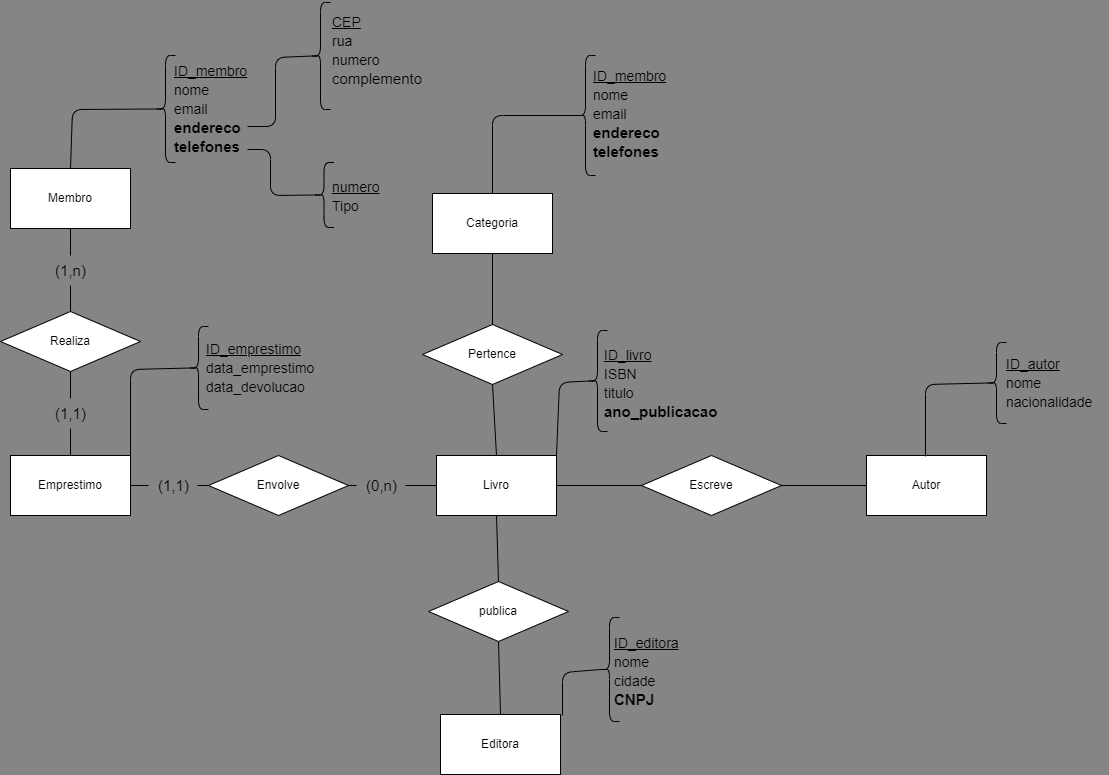
Earlier version of the draw.io export DER/image/modelo_entidade_relacionamento.png (AndreiVidal/projeto-banco-de-dados). Source tidied: cells renumbered, new cells last; positions are measured from the earlier drawing's top-left corner, leaving out a move shared by most shapes.
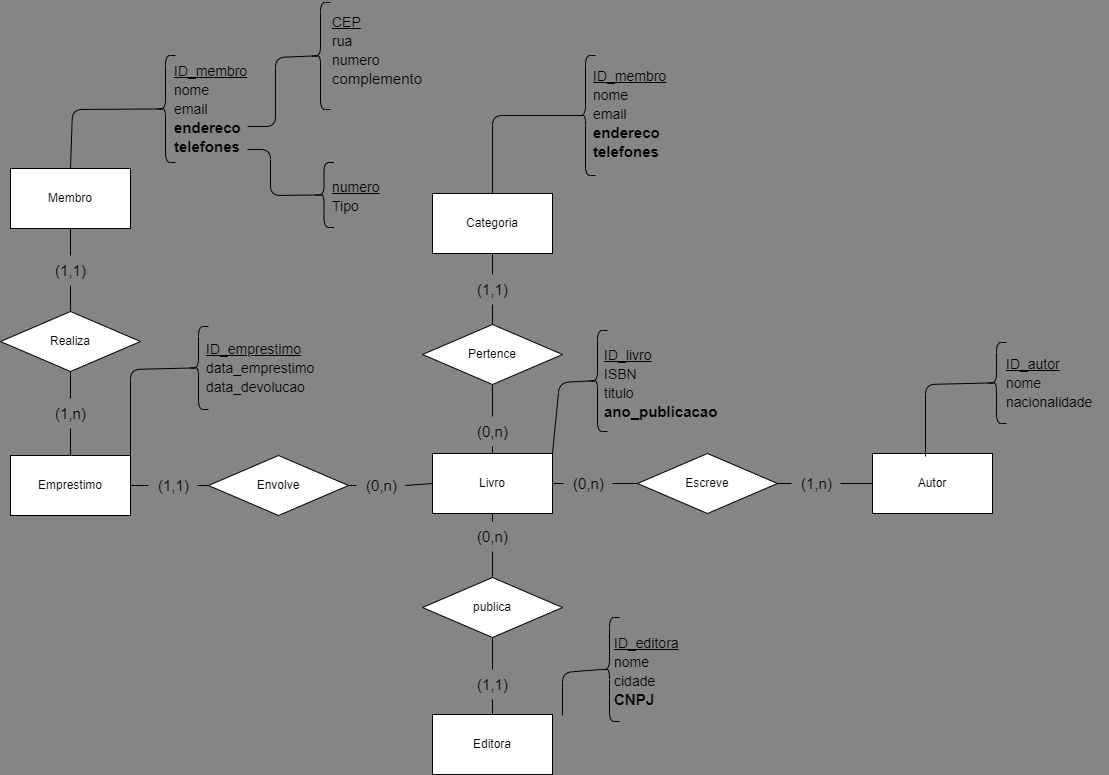
Later version of the same file.

Commit message:
:recycle: refactor: finish image DER

The edit, as a diff of the source:
```diff
@@ -3,10 +3,10 @@
     <mxCell id="0" />
     <mxCell id="1" parent="0" />
     <mxCell id="2" value="Livro" style="rounded=0;whiteSpace=wrap;html=1;" parent="1" vertex="1">
-      <mxGeometry x="436" y="455" width="120" height="60" as="geometry" />
+      <mxGeometry x="432" y="453" width="120" height="60" as="geometry" />
     </mxCell>
     <mxCell id="3" value="Autor" style="rounded=0;whiteSpace=wrap;html=1;" parent="1" vertex="1">
-      <mxGeometry x="866" y="455" width="120" height="60" as="geometry" />
+      <mxGeometry x="872" y="453" width="120" height="60" as="geometry" />
     </mxCell>
     <mxCell id="4" value="Emprestimo" style="rounded=0;whiteSpace=wrap;html=1;" parent="1" vertex="1">
       <mxGeometry x="10" y="455" width="120" height="60" as="geometry" />
@@ -18,24 +18,24 @@
       <mxGeometry x="432" y="193" width="120" height="60" as="geometry" />
     </mxCell>
     <mxCell id="7" value="Editora" style="rounded=0;whiteSpace=wrap;html=1;" parent="1" vertex="1">
-      <mxGeometry x="440" y="714" width="120" height="60" as="geometry" />
+      <mxGeometry x="432" y="714" width="120" height="60" as="geometry" />
     </mxCell>
     <mxCell id="8" value="Escreve" style="rhombus;whiteSpace=wrap;html=1;" parent="1" vertex="1">
-      <mxGeometry x="641" y="455" width="140" height="60" as="geometry" />
+      <mxGeometry x="637" y="453" width="140" height="60" as="geometry" />
     </mxCell>
-    <mxCell id="9" style="endArrow=none;html=1;exitX=1;exitY=0.5;exitDx=0;exitDy=0;entryX=0;entryY=0.5;entryDx=0;entryDy=0;" parent="1" edge="1" source="2" target="8">
+    <mxCell id="9" style="endArrow=none;html=1;exitX=1;exitY=0.5;exitDx=0;exitDy=0;entryX=0;entryY=0.5;entryDx=0;entryDy=0;startArrow=none;" parent="1" edge="1" source="56" target="8">
       <mxGeometry relative="1" as="geometry" />
     </mxCell>
-    <mxCell id="10" style="endArrow=none;html=1;exitX=1;exitY=0.5;exitDx=0;exitDy=0;entryX=0;entryY=0.5;entryDx=0;entryDy=0;" parent="1" edge="1" source="8" target="3">
+    <mxCell id="10" style="endArrow=none;html=1;exitX=1;exitY=0.5;exitDx=0;exitDy=0;entryX=0;entryY=0.5;entryDx=0;entryDy=0;startArrow=none;" parent="1" edge="1" source="58" target="3">
       <mxGeometry relative="1" as="geometry" />
     </mxCell>
     <mxCell id="11" value="publica" style="rhombus;whiteSpace=wrap;html=1;rotation=0;" parent="1" vertex="1">
-      <mxGeometry x="428" y="581" width="140" height="60" as="geometry" />
+      <mxGeometry x="422" y="577" width="140" height="60" as="geometry" />
     </mxCell>
-    <mxCell id="12" style="endArrow=none;html=1;exitX=0.5;exitY=1;exitDx=0;exitDy=0;entryX=0.5;entryY=0;entryDx=0;entryDy=0;" parent="1" edge="1" source="2" target="11">
+    <mxCell id="12" style="endArrow=none;html=1;exitX=0.5;exitY=1;exitDx=0;exitDy=0;entryX=0.5;entryY=0;entryDx=0;entryDy=0;startArrow=none;" parent="1" edge="1" source="62" target="11">
       <mxGeometry relative="1" as="geometry" />
     </mxCell>
-    <mxCell id="13" style="endArrow=none;html=1;entryX=0.5;entryY=1;entryDx=0;entryDy=0;exitX=0.5;exitY=0;exitDx=0;exitDy=0;" parent="1" edge="1" source="7" target="11">
+    <mxCell id="13" style="endArrow=none;html=1;entryX=0.5;entryY=1;entryDx=0;entryDy=0;exitX=0.5;exitY=0;exitDx=0;exitDy=0;startArrow=none;" parent="1" edge="1" source="60" target="11">
       <mxGeometry relative="1" as="geometry" />
     </mxCell>
     <mxCell id="14" value="Envolve" style="rhombus;whiteSpace=wrap;html=1;" parent="1" vertex="1">
@@ -52,10 +52,10 @@
     <mxCell id="17" style="endArrow=none;html=1;exitX=0;exitY=0.5;exitDx=0;exitDy=0;entryX=1;entryY=0.5;entryDx=0;entryDy=0;startArrow=none;" parent="1" edge="1" source="40" target="14">
       <mxGeometry relative="1" as="geometry" />
     </mxCell>
-    <mxCell id="18" style="endArrow=none;html=1;exitX=0.5;exitY=0;exitDx=0;exitDy=0;entryX=0.5;entryY=1;entryDx=0;entryDy=0;" parent="1" edge="1" source="2" target="16">
+    <mxCell id="18" style="endArrow=none;html=1;exitX=0.5;exitY=0;exitDx=0;exitDy=0;entryX=0.5;entryY=1;entryDx=0;entryDy=0;startArrow=none;" parent="1" edge="1" source="66" target="16">
       <mxGeometry relative="1" as="geometry" />
     </mxCell>
-    <mxCell id="19" style="endArrow=none;html=1;exitX=0.5;exitY=0;exitDx=0;exitDy=0;entryX=0.5;entryY=1;entryDx=0;entryDy=0;" parent="1" edge="1" source="16" target="6">
+    <mxCell id="19" style="endArrow=none;html=1;exitX=0.5;exitY=0;exitDx=0;exitDy=0;entryX=0.5;entryY=1;entryDx=0;entryDy=0;startArrow=none;" parent="1" edge="1" source="64" target="6">
       <mxGeometry relative="1" as="geometry" />
     </mxCell>
     <mxCell id="20" value="Realiza" style="rhombus;whiteSpace=wrap;html=1;" parent="1" vertex="1">
@@ -113,13 +113,13 @@
     <mxCell id="32" style="endArrow=none;html=1;" parent="1" edge="1" source="5" target="33">
       <mxGeometry relative="1" as="geometry" />
     </mxCell>
-    <mxCell id="33" value="(1,n)" style="text;html=1;align=center;verticalAlign=middle;points=[];strokeColor=none;fillColor=none;fontSize=15;" parent="1" vertex="1">
+    <mxCell id="33" value="(1,1)" style="text;html=1;align=center;verticalAlign=middle;points=[];strokeColor=none;fillColor=none;fontSize=15;" parent="1" vertex="1">
       <mxGeometry x="45.5" y="255" width="49" height="30" as="geometry" />
     </mxCell>
     <mxCell id="34" style="endArrow=none;html=1;entryX=0.5;entryY=0;entryDx=0;entryDy=0;" parent="1" edge="1" source="20" target="35">
       <mxGeometry relative="1" as="geometry" />
     </mxCell>
-    <mxCell id="35" value="(1,1)" style="text;html=1;align=center;verticalAlign=middle;points=[];strokeColor=none;fillColor=none;fontSize=15;" parent="1" vertex="1">
+    <mxCell id="35" value="(1,n)" style="text;html=1;align=center;verticalAlign=middle;points=[];strokeColor=none;fillColor=none;fontSize=15;" parent="1" vertex="1">
       <mxGeometry x="45.5" y="398" width="49" height="30" as="geometry" />
     </mxCell>
     <mxCell id="36" style="endArrow=none;html=1;fontSize=15;exitX=1;exitY=0;exitDx=0;exitDy=0;entryX=0.1;entryY=0.5;entryDx=0;entryDy=0;entryPerimeter=0;" parent="1" edge="1" source="4" target="37">
@@ -201,5 +201,41 @@
     <mxCell id="54" value="&lt;p style=&quot;line-height: 50%;&quot;&gt;&lt;u style=&quot;font-size: 14px;&quot;&gt;ID_editora&lt;/u&gt;&lt;span style=&quot;font-size: 14px; background-color: initial;&quot;&gt;&lt;br&gt;&lt;/span&gt;&lt;/p&gt;&lt;p style=&quot;line-height: 50%;&quot;&gt;&lt;span style=&quot;font-size: 14px; background-color: initial;&quot;&gt;nome&lt;/span&gt;&lt;/p&gt;&lt;p style=&quot;line-height: 50%;&quot;&gt;&lt;span style=&quot;font-size: 14px; background-color: initial;&quot;&gt;cidade&lt;/span&gt;&lt;/p&gt;&lt;p style=&quot;line-height: 50%;&quot;&gt;&lt;span style=&quot;font-size: 15px;&quot;&gt;&lt;b&gt;CNPJ&lt;/b&gt;&lt;/span&gt;&lt;/p&gt;" style="text;html=1;align=left;verticalAlign=middle;strokeColor=none;fillColor=none;" parent="1" vertex="1">
       <mxGeometry x="612" y="621" width="83" height="100" as="geometry" />
     </mxCell>
+    <mxCell id="55" style="endArrow=none;html=1;exitX=1;exitY=0.5;exitDx=0;exitDy=0;entryX=0;entryY=0.5;entryDx=0;entryDy=0;" parent="1" edge="1" source="2" target="56">
+      <mxGeometry relative="1" as="geometry" />
+    </mxCell>
+    <mxCell id="56" value="(0,n)" style="text;html=1;align=center;verticalAlign=middle;points=[];strokeColor=none;fillColor=none;fontSize=15;" parent="1" vertex="1">
+      <mxGeometry x="563" y="468" width="49" height="30" as="geometry" />
+    </mxCell>
+    <mxCell id="57" style="endArrow=none;html=1;exitX=1;exitY=0.5;exitDx=0;exitDy=0;entryX=0;entryY=0.5;entryDx=0;entryDy=0;" parent="1" edge="1" source="8" target="58">
+      <mxGeometry relative="1" as="geometry" />
+    </mxCell>
+    <mxCell id="58" value="(1,n)" style="text;html=1;align=center;verticalAlign=middle;points=[];strokeColor=none;fillColor=none;fontSize=15;" parent="1" vertex="1">
+      <mxGeometry x="791" y="468" width="49" height="30" as="geometry" />
+    </mxCell>
+    <mxCell id="59" style="endArrow=none;html=1;entryX=0.5;entryY=1;entryDx=0;entryDy=0;exitX=0.5;exitY=0;exitDx=0;exitDy=0;" parent="1" edge="1" source="7" target="60">
+      <mxGeometry relative="1" as="geometry" />
+    </mxCell>
+    <mxCell id="60" value="(1,1)" style="text;html=1;align=center;verticalAlign=middle;points=[];strokeColor=none;fillColor=none;fontSize=15;" parent="1" vertex="1">
+      <mxGeometry x="467.5" y="669" width="49" height="30" as="geometry" />
+    </mxCell>
+    <mxCell id="61" style="endArrow=none;html=1;exitX=0.5;exitY=1;exitDx=0;exitDy=0;entryX=0.5;entryY=0;entryDx=0;entryDy=0;" parent="1" edge="1" source="2" target="62">
+      <mxGeometry relative="1" as="geometry" />
+    </mxCell>
+    <mxCell id="62" value="(0,n)" style="text;html=1;align=center;verticalAlign=middle;points=[];strokeColor=none;fillColor=none;fontSize=15;" parent="1" vertex="1">
+      <mxGeometry x="467.5" y="521" width="49" height="30" as="geometry" />
+    </mxCell>
+    <mxCell id="63" style="endArrow=none;html=1;exitX=0.5;exitY=0;exitDx=0;exitDy=0;entryX=0.5;entryY=1;entryDx=0;entryDy=0;" parent="1" edge="1" source="16" target="64">
+      <mxGeometry relative="1" as="geometry" />
+    </mxCell>
+    <mxCell id="64" value="(1,1)" style="text;html=1;align=center;verticalAlign=middle;points=[];strokeColor=none;fillColor=none;fontSize=15;" parent="1" vertex="1">
+      <mxGeometry x="467.5" y="274" width="49" height="30" as="geometry" />
+    </mxCell>
+    <mxCell id="65" style="endArrow=none;html=1;exitX=0.5;exitY=0;exitDx=0;exitDy=0;entryX=0.5;entryY=1;entryDx=0;entryDy=0;" parent="1" edge="1" source="2" target="66">
+      <mxGeometry relative="1" as="geometry" />
+    </mxCell>
+    <mxCell id="66" value="(0,n)" style="text;html=1;align=center;verticalAlign=middle;points=[];strokeColor=none;fillColor=none;fontSize=15;" parent="1" vertex="1">
+      <mxGeometry x="467.5" y="416" width="49" height="30" as="geometry" />
+    </mxCell>
   </root>
 </mxGraphModel>
```
